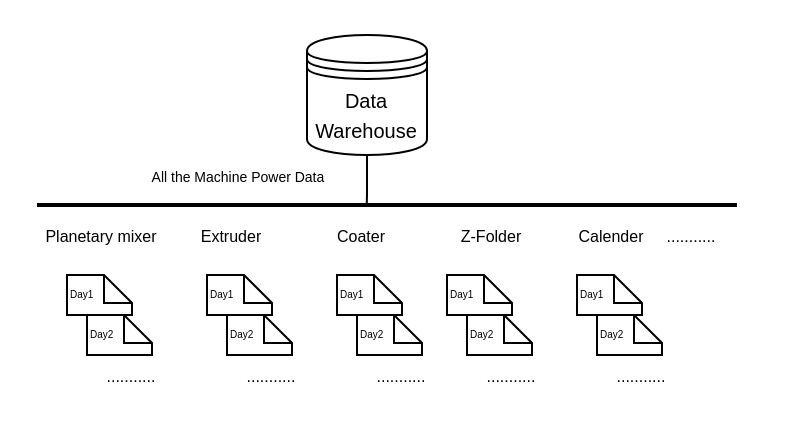
Earlier version of the draw.io diagram data_form.drawio (nimeng95/monika). Source tidied: cells renumbered, new cells numbered last; positions are measured from the earlier drawing's top-left corner, leaving out a move shared by most shapes. Both pictures are drawn from the tidied source at 200%, with x=0, y=0 at pixel (36, 34).
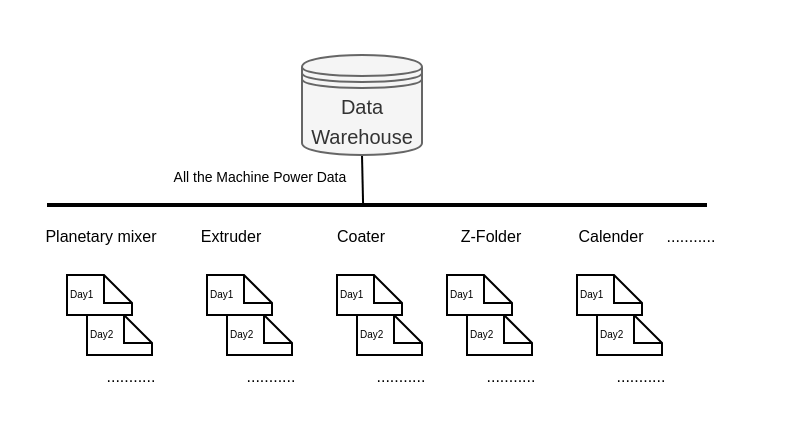
After the change.

Diff of the diagram source:
```diff
@@
-    <mxCell id="2" style="edgeStyle=orthogonalEdgeStyle;rounded=0;jettySize=auto;html=1;endArrow=none;endFill=0;entryX=0.471;entryY=0.52;entryDx=0;entryDy=0;entryPerimeter=0;" parent="1" edge="1" source="3" target="4">
+    <mxCell id="2" style="edgeStyle=orthogonalEdgeStyle;rounded=0;jettySize=auto;html=1;exitX=0.5;exitY=1;exitDx=0;exitDy=0;entryX=0.479;entryY=0.558;entryDx=0;entryDy=0;entryPerimeter=0;endArrow=none;endFill=0;" parent="1" edge="1" source="3" target="4">
       <mxGeometry relative="1" as="geometry" />
     </mxCell>
-    <mxCell id="3" value="&lt;font style=&quot;font-size: 10px&quot;&gt;Data Warehouse&lt;/font&gt;" style="shape=datastore;whiteSpace=wrap;html=1;" parent="1" vertex="1">
-      <mxGeometry x="135" width="60" height="60" as="geometry" />
+    <mxCell id="3" value="&lt;font style=&quot;font-size: 10px&quot;&gt;Data Warehouse&lt;/font&gt;" style="shape=datastore;whiteSpace=wrap;html=1;fillColor=#f5f5f5;strokeColor=#666666;fontColor=#333333;" parent="1" vertex="1">
+      <mxGeometry x="132.5" y="10" width="60" height="50" as="geometry" />
     </mxCell>
     <mxCell id="4" style="line;strokeWidth=2;html=1;" parent="1" vertex="1">
-      <mxGeometry y="80" width="350" height="10" as="geometry" />
+      <mxGeometry x="5" y="80" width="330" height="10" as="geometry" />
     </mxCell>
@@
     <mxCell id="26" value="&lt;font style=&quot;font-size: 7px&quot;&gt;&amp;nbsp;All the Machine Power Data&lt;/font&gt;" style="text;html=1;strokeColor=none;fillColor=none;align=center;verticalAlign=middle;whiteSpace=wrap;rounded=0;" parent="1" vertex="1">
-      <mxGeometry x="40" y="60" width="120" height="20" as="geometry" />
+      <mxGeometry x="51.2" y="60" width="120" height="20" as="geometry" />
     </mxCell>
```
